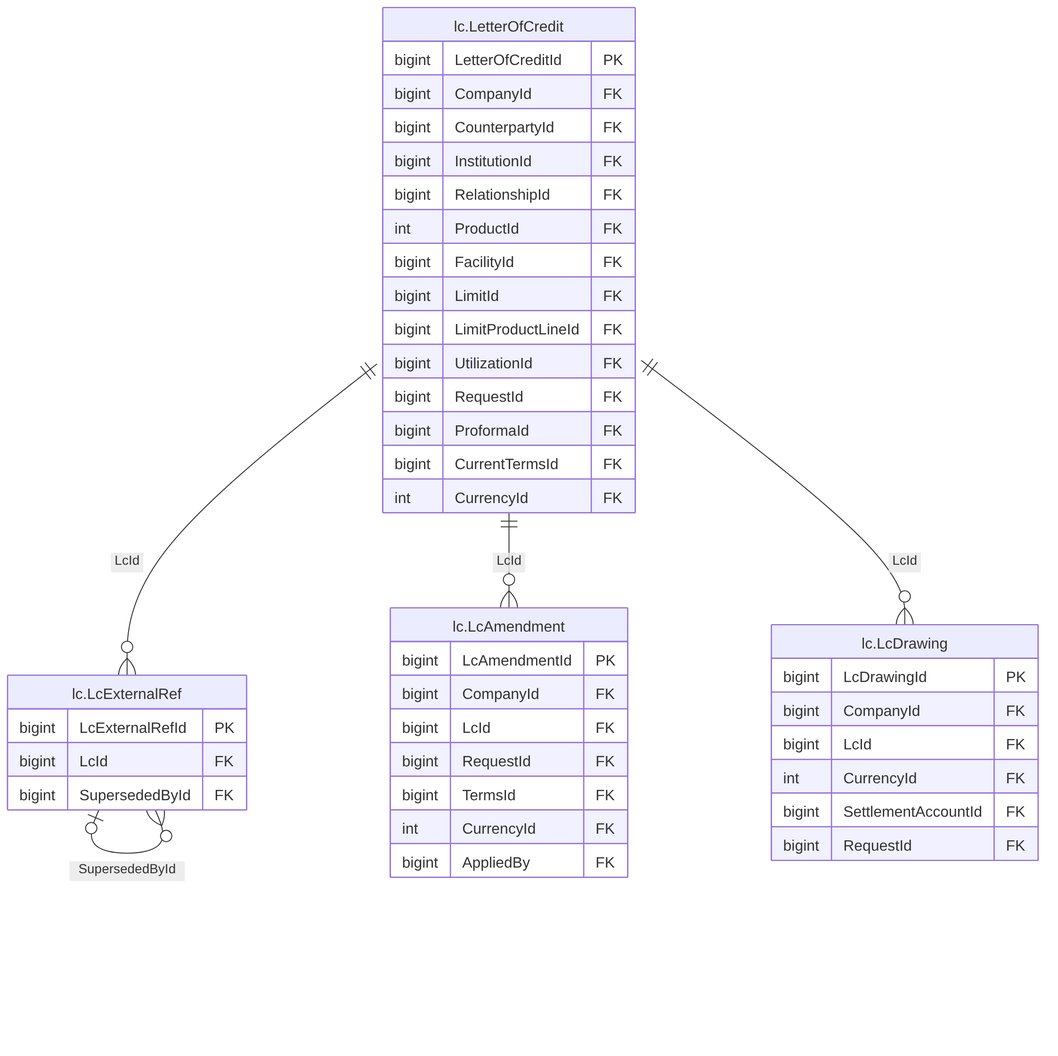
Above: treasury-platform/docs/diagrams/erd/m7_8_lc_ops_1.png in thawrasy/smartlines (Mermaid), before the change. Its source is kept beside it as treasury-platform/docs/diagrams/erd/m7_8_lc_ops_1.mmd. The source it was exported from:
```mermaid
erDiagram
  lc_LetterOfCredit["lc.LetterOfCredit"] {
    bigint LetterOfCreditId PK
    bigint CompanyId FK
    bigint CounterpartyId FK
    bigint InstitutionId FK
    bigint RelationshipId FK
    int ProductId FK
    bigint FacilityId FK
    bigint LimitId FK
    bigint LimitProductLineId FK
    bigint UtilizationId FK
    bigint RequestId FK
    bigint ProformaId FK
    bigint CurrentTermsId FK
    int CurrencyId FK
  }
  lc_LcExternalRef["lc.LcExternalRef"] {
    bigint LcExternalRefId PK
    bigint LcId FK
    bigint SupersededById FK
  }
  lc_LcAmendment["lc.LcAmendment"] {
    bigint LcAmendmentId PK
    bigint CompanyId FK
    bigint LcId FK
    bigint RequestId FK
    bigint TermsId FK
    int CurrencyId FK
    bigint AppliedBy FK
  }
  lc_LcDrawing["lc.LcDrawing"] {
    bigint LcDrawingId PK
    bigint CompanyId FK
    bigint LcId FK
    int CurrencyId FK
    bigint SettlementAccountId FK
    bigint RequestId FK
  }
  lc_LcExternalRef |o--o{ lc_LcExternalRef : "SupersededById"
  lc_LetterOfCredit ||--o{ lc_LcAmendment : "LcId"
  lc_LetterOfCredit ||--o{ lc_LcDrawing : "LcId"
  lc_LetterOfCredit ||--o{ lc_LcExternalRef : "LcId"
```
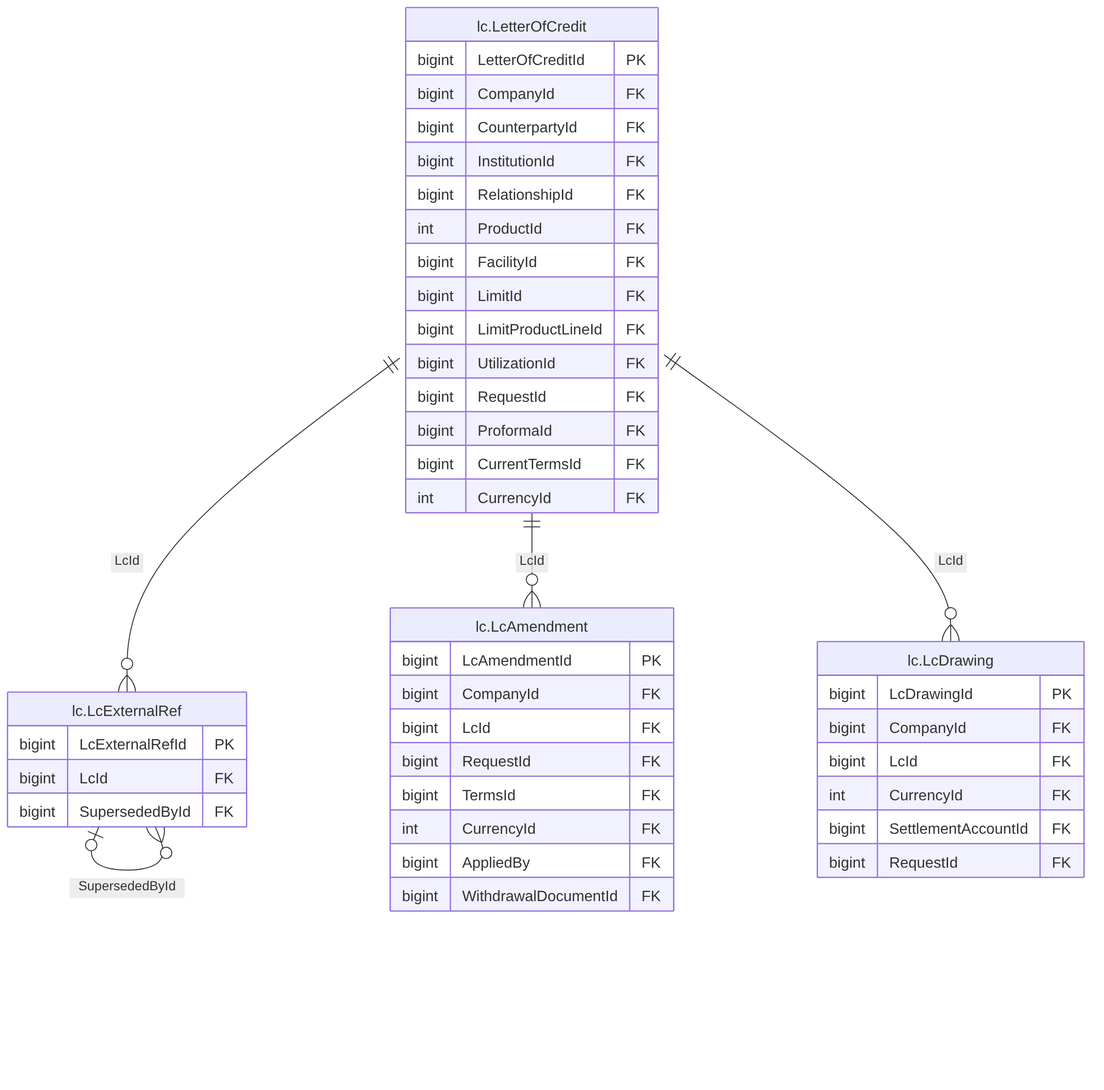
The same diagram one commit later.

What changed in the source:
```diff
@@ -28,6 +28,7 @@
     bigint TermsId FK
     int CurrencyId FK
     bigint AppliedBy FK
+    bigint WithdrawalDocumentId FK
   }
   lc_LcDrawing["lc.LcDrawing"] {
     bigint LcDrawingId PK
```
